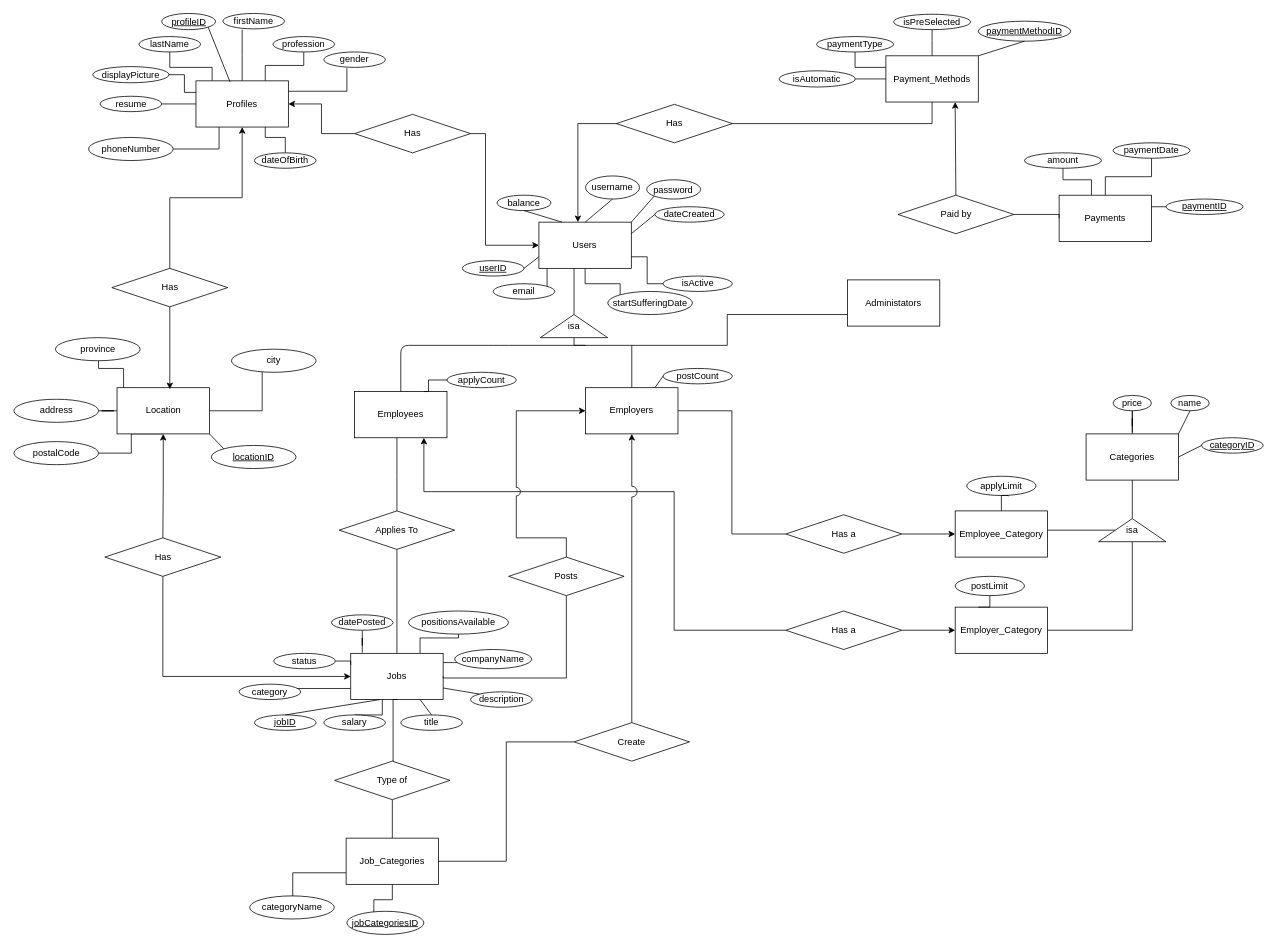
Above: docs/comp-353-project-ER.drawio in gordonpn/web-career-portal-clone (draw.io), before the change. Source tidied: cells renumbered, new cells numbered last; positions are measured from the earlier drawing's top-left corner, leaving out a move shared by most shapes. Both pictures are drawn from the tidied source at 77%, with x=0, y=0 at pixel (14, 13).
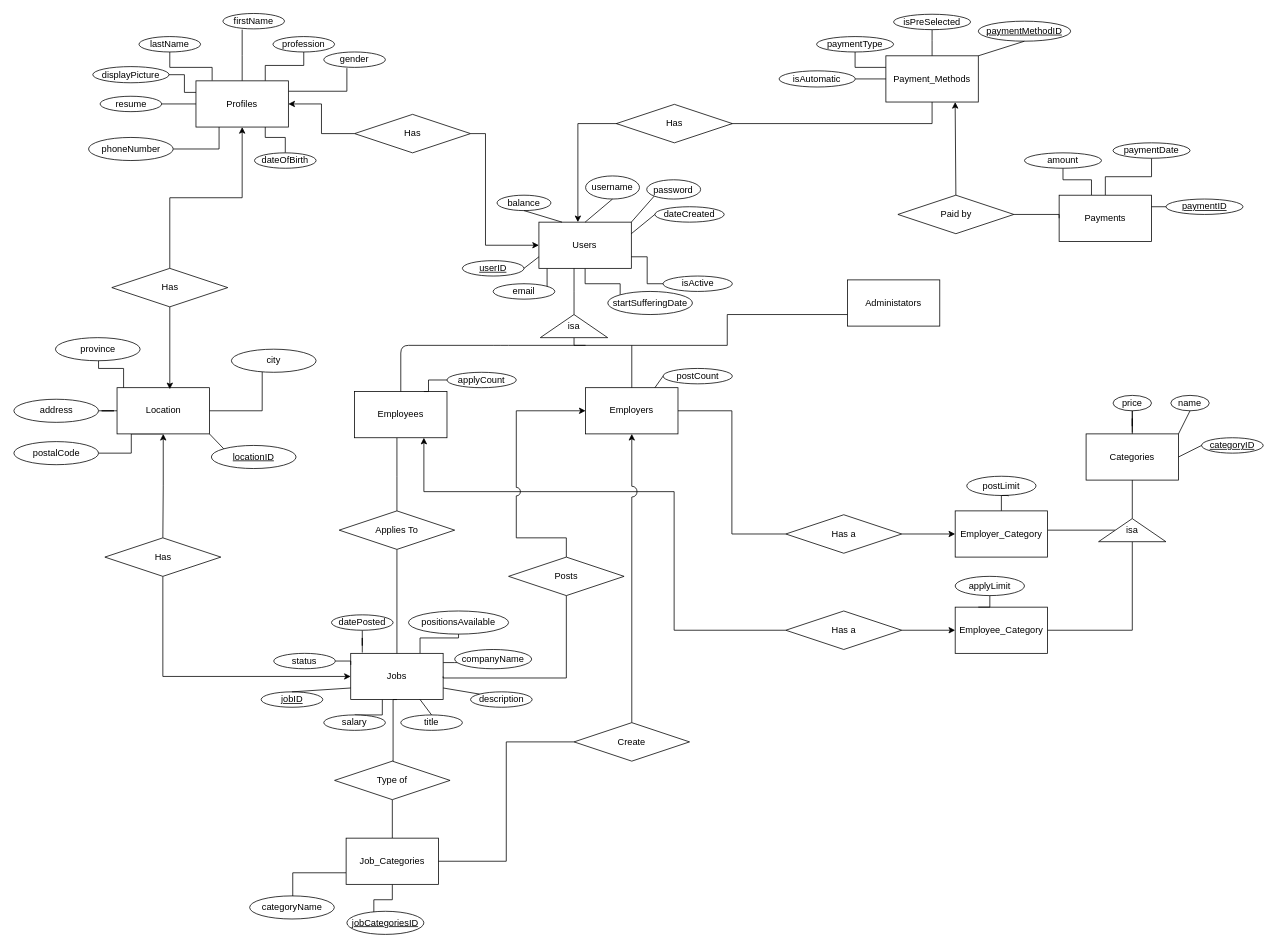
Above is the later version.

Unchanged cells that the change refers to:
```xml
<mxCell id="32" value="Jobs" style="rounded=0;whiteSpace=wrap;html=1;" parent="1" vertex="1">
  <mxGeometry x="437" y="831" width="120" height="60" as="geometry" />
</mxCell>
<mxCell id="55" value="Profiles" style="rounded=0;whiteSpace=wrap;html=1;" parent="1" vertex="1">
  <mxGeometry x="236" y="87.5" width="120" height="60" as="geometry" />
</mxCell>
```

Change to the diagram source:
```diff
@@
-    <mxCell id="27" style="edgeStyle=orthogonalEdgeStyle;rounded=0;jettySize=auto;html=1;startArrow=none;startFill=0;endArrow=none;endFill=0;" parent="1" edge="1" source="32" target="39">
-      <mxGeometry relative="1" as="geometry">
-        <Array as="points">
-          <mxPoint x="362" y="881" />
-        </Array>
-      </mxGeometry>
-    </mxCell>
@@
     <mxCell id="33" value="&lt;u&gt;jobID&lt;/u&gt;" style="ellipse;whiteSpace=wrap;html=1;" parent="1" vertex="1">
-      <mxGeometry x="312" y="911" width="80" height="20" as="geometry" />
+      <mxGeometry x="320.7" y="881" width="80" height="20" as="geometry" />
     </mxCell>
-    <mxCell id="34" style="endArrow=none;html=1;exitX=0.5;exitY=0;exitDx=0;exitDy=0;entryX=0.317;entryY=1;entryDx=0;entryDy=0;entryPerimeter=0;" parent="1" edge="1" source="33" target="32">
+    <mxCell id="34" style="endArrow=none;html=1;exitX=0.5;exitY=0;exitDx=0;exitDy=0;entryX=0;entryY=0.75;entryDx=0;entryDy=0;" parent="1" edge="1" source="33" target="32">
       <mxGeometry relative="1" as="geometry" />
     </mxCell>
@@
-    <mxCell id="39" value="category" style="ellipse;whiteSpace=wrap;html=1;" parent="1" vertex="1">
-      <mxGeometry x="292" y="871" width="80" height="20" as="geometry" />
-    </mxCell>
@@
-    <mxCell id="67" value="applyLimit" style="ellipse;whiteSpace=wrap;html=1;" parent="1" vertex="1">
+    <mxCell id="67" value="postLimit" style="ellipse;whiteSpace=wrap;html=1;" parent="1" vertex="1">
       <mxGeometry x="1237" y="601" width="90" height="25" as="geometry" />
     </mxCell>
@@
-    <mxCell id="76" value="Employee_Category" style="rounded=0;whiteSpace=wrap;html=1;" parent="1" vertex="1">
+    <mxCell id="76" value="Employer_Category" style="rounded=0;whiteSpace=wrap;html=1;" parent="1" vertex="1">
       <mxGeometry x="1222" y="646" width="120" height="60" as="geometry" />
     </mxCell>
-    <mxCell id="77" value="Employer_Category" style="rounded=0;whiteSpace=wrap;html=1;" parent="1" vertex="1">
+    <mxCell id="77" value="Employee_Category" style="rounded=0;whiteSpace=wrap;html=1;" parent="1" vertex="1">
       <mxGeometry x="1222" y="771" width="120" height="60" as="geometry" />
     </mxCell>
@@
-    <mxCell id="84" value="postLimit" style="ellipse;whiteSpace=wrap;html=1;" parent="1" vertex="1">
+    <mxCell id="84" value="applyLimit" style="ellipse;whiteSpace=wrap;html=1;" parent="1" vertex="1">
       <mxGeometry x="1222" y="731" width="90" height="25" as="geometry" />
     </mxCell>
@@
-    <mxCell id="147" value="&lt;u&gt;profileID&lt;/u&gt;" style="ellipse;whiteSpace=wrap;html=1;" parent="1" vertex="1">
-      <mxGeometry x="191.5" width="70" height="21" as="geometry" />
-    </mxCell>
-    <mxCell id="148" style="endArrow=none;html=1;entryX=1;entryY=1;entryDx=0;entryDy=0;exitX=0.369;exitY=0.023;exitDx=0;exitDy=0;exitPerimeter=0;" parent="1" edge="1" source="55" target="147">
-      <mxGeometry relative="1" as="geometry" />
-    </mxCell>
```
